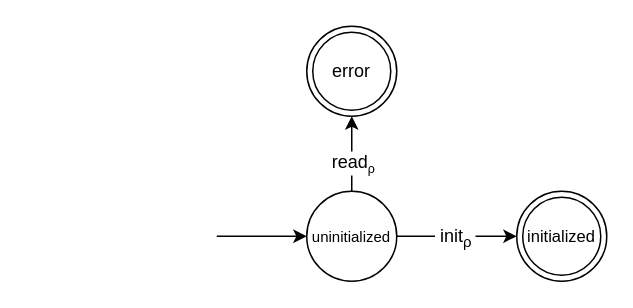
This is algorithm/figures/use-before.drawio from andersfischernielsen/Finding-Resource-Manipulation-Bugs-with-Monitor-Automata-on-the-Example-of-the-Linux-Kernel, a draw.io file, before an edit. Source tidied: cells renumbered, new cells numbered last; positions are measured from the earlier drawing's top-left corner, leaving out a move shared by most shapes. Both pictures are drawn from the tidied source at 150%, with x=0, y=0 at pixel (216, 26).
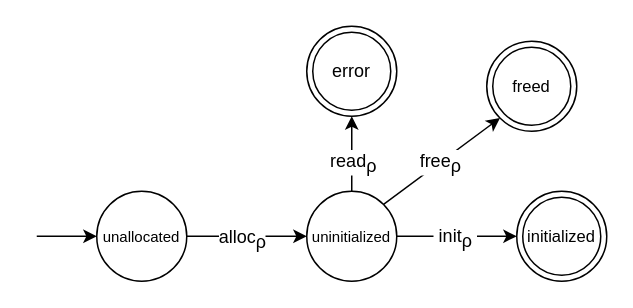
The same diagram, later.

Change to the diagram source:
```diff
@@
 <mxGraphModel>
   <root>
     <mxCell id="0" />
     <mxCell id="1" parent="0" />
-    <mxCell id="2" style="endArrow=classic;html=1;entryX=0;entryY=0.5;entryDx=0;entryDy=0;" parent="1" edge="1" target="7">
-      <mxGeometry relative="1" as="geometry">
-        <mxPoint y="140" as="sourcePoint" />
-      </mxGeometry>
+    <mxCell id="2" style="endArrow=classic;html=1;entryX=0;entryY=0.5;entryDx=0;entryDy=0;exitX=1;exitY=0.5;exitDx=0;exitDy=0;" parent="1" edge="1" source="13" target="7">
+      <mxGeometry relative="1" as="geometry" />
     </mxCell>
+    <mxCell id="10" value="alloc&lt;span style=&quot;font-size: 12px;&quot;&gt;&lt;sub style=&quot;font-size: 12px;&quot;&gt;ρ&lt;/sub&gt;&lt;/span&gt;" style="edgeLabel;html=1;align=center;verticalAlign=middle;fontSize=12;" parent="2" vertex="1">
+      <mxGeometry relative="1" as="geometry">
+        <mxPoint x="-4" y="1" as="offset" />
+      </mxGeometry>
+    </mxCell>
     <mxCell id="3" style="rounded=0;jettySize=auto;html=1;exitX=0.5;exitY=0;exitDx=0;exitDy=0;entryX=0.5;entryY=1;entryDx=0;entryDy=0;" parent="1" edge="1" source="7" target="8">
       <mxGeometry relative="1" as="geometry" />
     </mxCell>
-    <mxCell id="4" value="read&lt;span style=&quot;font-size: 10px&quot;&gt;&lt;sub&gt;ρ&lt;/sub&gt;&lt;/span&gt;" style="text;html=1;align=center;verticalAlign=middle;labelBackgroundColor=#ffffff;" parent="3" vertex="1">
+    <mxCell id="4" value="read&lt;span style=&quot;font-size: 12px;&quot;&gt;&lt;sub style=&quot;font-size: 12px;&quot;&gt;ρ&lt;/sub&gt;&lt;/span&gt;" style="text;html=1;align=center;verticalAlign=middle;labelBackgroundColor=#ffffff;fontSize=12;" parent="3" vertex="1">
       <mxGeometry x="-0.2" y="-1" relative="1" as="geometry">
         <mxPoint x="-1" as="offset" />
       </mxGeometry>
     </mxCell>
     <mxCell id="5" style="jettySize=auto;html=1;entryX=0;entryY=0.5;entryDx=0;entryDy=0;exitX=1;exitY=0.5;exitDx=0;exitDy=0;" parent="1" edge="1" source="7" target="9">
       <mxGeometry relative="1" as="geometry" />
     </mxCell>
-    <mxCell id="6" value="&amp;nbsp;init&lt;sub&gt;ρ&amp;nbsp;&lt;/sub&gt;" style="text;html=1;align=center;verticalAlign=middle;labelBackgroundColor=#ffffff;" parent="5" vertex="1">
+    <mxCell id="6" value="&amp;nbsp;init&lt;sub style=&quot;font-size: 12px;&quot;&gt;ρ&amp;nbsp;&lt;/sub&gt;" style="text;html=1;align=center;verticalAlign=middle;labelBackgroundColor=#ffffff;fontSize=12;" parent="5" vertex="1">
       <mxGeometry x="-0.22" y="1" relative="1" as="geometry">
         <mxPoint x="7" y="1" as="offset" />
       </mxGeometry>
     </mxCell>
+    <mxCell id="11" style="rounded=0;jettySize=auto;html=1;exitX=1;exitY=0;exitDx=0;exitDy=0;entryX=0;entryY=1;entryDx=0;entryDy=0;fontSize=12;" parent="1" edge="1" source="7" target="15">
+      <mxGeometry relative="1" as="geometry" />
+    </mxCell>
+    <mxCell id="12" value="free&lt;span style=&quot;font-size: 12px;&quot;&gt;&lt;sub style=&quot;font-size: 12px;&quot;&gt;ρ&lt;/sub&gt;&lt;/span&gt;" style="edgeLabel;html=1;align=center;verticalAlign=middle;fontSize=12;" parent="11" vertex="1">
+      <mxGeometry x="-0.02" relative="1" as="geometry" />
+    </mxCell>
     <mxCell id="7" value="&lt;font style=&quot;font-size: 10px&quot;&gt;uninitialized&lt;/font&gt;" style="ellipse;whiteSpace=wrap;html=1;fontSize=9;" parent="1" vertex="1">
       <mxGeometry x="60" y="110" width="60" height="60" as="geometry" />
     </mxCell>
     <mxCell id="8" value="error" style="ellipse;shape=doubleEllipse;whiteSpace=wrap;html=1;" parent="1" vertex="1">
       <mxGeometry x="60" width="60" height="60" as="geometry" />
     </mxCell>
     <mxCell id="9" value="&lt;font style=&quot;font-size: 11px&quot;&gt;initialized&lt;/font&gt;" style="ellipse;shape=doubleEllipse;whiteSpace=wrap;html=1;fontSize=8;" parent="1" vertex="1">
       <mxGeometry x="200" y="110" width="60" height="60" as="geometry" />
     </mxCell>
+    <mxCell id="13" value="unallocated" style="ellipse;whiteSpace=wrap;html=1;fontSize=10;" parent="1" vertex="1">
+      <mxGeometry x="-80" y="110" width="60" height="60" as="geometry" />
+    </mxCell>
+    <mxCell id="14" style="endArrow=classic;html=1;entryX=0;entryY=0.5;entryDx=0;entryDy=0;" parent="1" edge="1" target="13">
+      <mxGeometry relative="1" as="geometry">
+        <mxPoint x="-120" y="140" as="sourcePoint" />
+      </mxGeometry>
+    </mxCell>
+    <mxCell id="15" value="&lt;font style=&quot;font-size: 11px&quot;&gt;freed&lt;/font&gt;" style="ellipse;shape=doubleEllipse;whiteSpace=wrap;html=1;fontSize=8;" parent="1" vertex="1">
+      <mxGeometry x="180" y="10" width="60" height="60" as="geometry" />
+    </mxCell>
   </root>
 </mxGraphModel>
```
